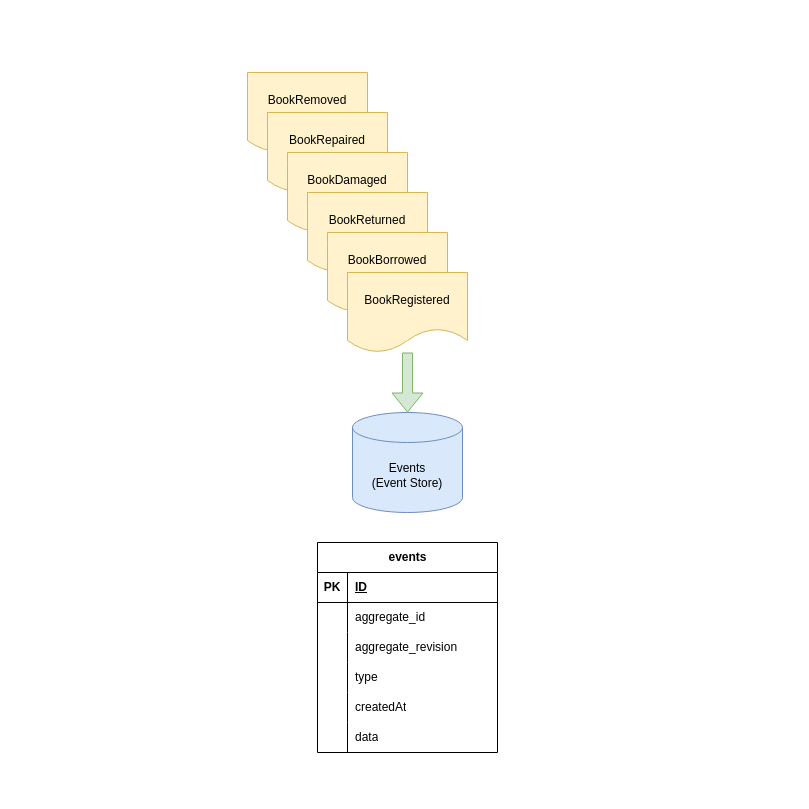
Above: page "Event-Sourcing" (1 of 4) of doc/drawio/es-cqrs-sample.drawio in byteleaf/es-cqrs-sample (draw.io), before the change. Source tidied: cells renumbered, new cells numbered last; positions are measured from the earlier drawing's top-left corner, leaving out a move shared by most shapes. Both pictures are drawn from the tidied source at 100%, with x=0, y=0 at pixel (17, 17).
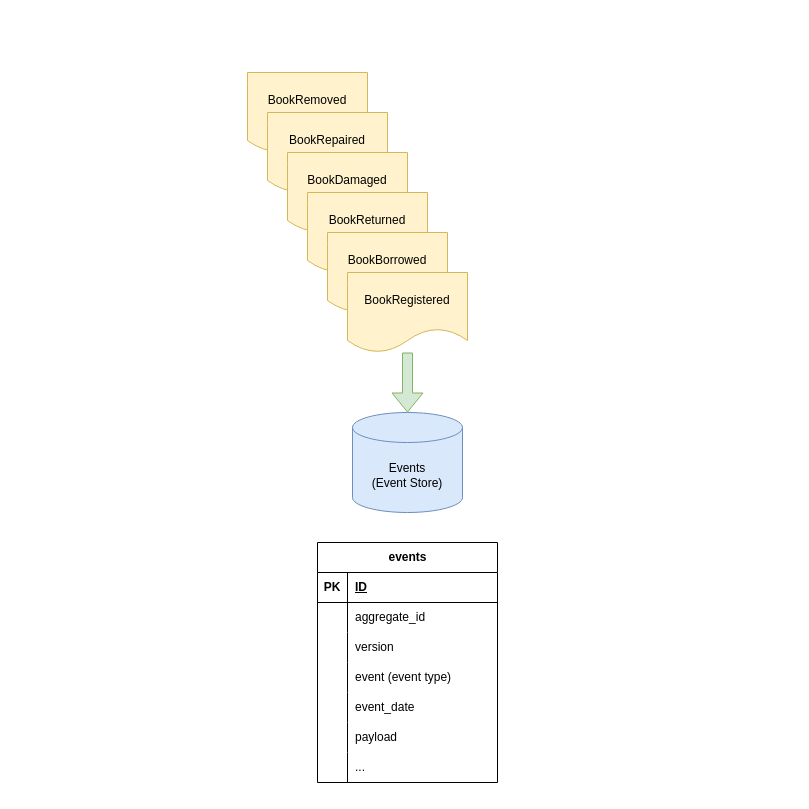
After the change.

The change refers to these unchanged cells:
```xml
<mxCell id="19" style="shape=tableRow;horizontal=0;startSize=0;swimlaneHead=0;swimlaneBody=0;fillColor=none;top=0;left=0;right=0;bottom=0;" parent="12" vertex="1">
  <mxGeometry y="90" width="180" height="30" as="geometry" />
</mxCell>
<mxCell id="22" style="shape=tableRow;horizontal=0;startSize=0;swimlaneHead=0;swimlaneBody=0;fillColor=none;top=0;left=0;right=0;bottom=0;" parent="12" vertex="1">
  <mxGeometry y="120" width="180" height="30" as="geometry" />
</mxCell>
<mxCell id="25" style="shape=tableRow;horizontal=0;startSize=0;swimlaneHead=0;swimlaneBody=0;fillColor=none;top=0;left=0;right=0;bottom=0;" parent="12" vertex="1">
  <mxGeometry y="150" width="180" height="30" as="geometry" />
</mxCell>
<mxCell id="28" style="shape=tableRow;horizontal=0;startSize=0;swimlaneHead=0;swimlaneBody=0;fillColor=none;top=0;left=0;right=0;bottom=0;" parent="12" vertex="1">
  <mxGeometry y="180" width="180" height="30" as="geometry" />
</mxCell>
```

What changed in the source:
```diff
@@
     <mxCell id="12" value="events" style="shape=table;startSize=30;childLayout=tableLayout;rowLines=0;fontStyle=1;align=center;html=1;columnLines=1;shadow=0;absoluteArcSize=0;arcSize=15;" parent="1" vertex="1">
-      <mxGeometry x="300" y="525" width="180" height="210" as="geometry" />
+      <mxGeometry x="300" y="525" width="180" height="240" as="geometry" />
     </mxCell>
@@
-    <mxCell id="21" value="aggregate_revision" style="shape=partialRectangle;fillColor=none;top=0;left=0;bottom=0;right=0;align=left;spacingLeft=6;overflow=hidden;whiteSpace=wrap;html=1;" parent="19" vertex="1">
+    <mxCell id="21" value="version" style="shape=partialRectangle;fillColor=none;top=0;left=0;bottom=0;right=0;align=left;spacingLeft=6;overflow=hidden;whiteSpace=wrap;html=1;" parent="19" vertex="1">
       <mxGeometry x="30" width="150" height="30" as="geometry" />
     </mxCell>
@@
-    <mxCell id="24" value="type" style="shape=partialRectangle;fillColor=none;top=0;left=0;bottom=0;right=0;align=left;spacingLeft=6;overflow=hidden;whiteSpace=wrap;html=1;" parent="22" vertex="1">
+    <mxCell id="24" value="event (event type)" style="shape=partialRectangle;fillColor=none;top=0;left=0;bottom=0;right=0;align=left;spacingLeft=6;overflow=hidden;whiteSpace=wrap;html=1;" parent="22" vertex="1">
       <mxGeometry x="30" width="150" height="30" as="geometry" />
     </mxCell>
@@
-    <mxCell id="27" value="createdAt" style="shape=partialRectangle;fillColor=none;top=0;left=0;bottom=0;right=0;align=left;spacingLeft=6;overflow=hidden;whiteSpace=wrap;html=1;" parent="25" vertex="1">
+    <mxCell id="27" value="event_date" style="shape=partialRectangle;fillColor=none;top=0;left=0;bottom=0;right=0;align=left;spacingLeft=6;overflow=hidden;whiteSpace=wrap;html=1;" parent="25" vertex="1">
       <mxGeometry x="30" width="150" height="30" as="geometry" />
     </mxCell>
@@
-    <mxCell id="30" value="data" style="shape=partialRectangle;fillColor=none;top=0;left=0;bottom=0;right=0;align=left;spacingLeft=6;overflow=hidden;whiteSpace=wrap;html=1;" parent="28" vertex="1">
+    <mxCell id="30" value="payload" style="shape=partialRectangle;fillColor=none;top=0;left=0;bottom=0;right=0;align=left;spacingLeft=6;overflow=hidden;whiteSpace=wrap;html=1;" parent="28" vertex="1">
       <mxGeometry x="30" width="150" height="30" as="geometry" />
     </mxCell>
+    <mxCell id="31" style="shape=tableRow;horizontal=0;startSize=0;swimlaneHead=0;swimlaneBody=0;fillColor=none;top=0;left=0;right=0;bottom=0;" parent="12" vertex="1">
+      <mxGeometry y="210" width="180" height="30" as="geometry" />
+    </mxCell>
+    <mxCell id="32" style="shape=partialRectangle;fillColor=none;top=0;left=0;bottom=0;right=0;overflow=hidden;whiteSpace=wrap;html=1;" parent="31" vertex="1">
+      <mxGeometry width="30" height="30" as="geometry" />
+    </mxCell>
+    <mxCell id="33" value="..." style="shape=partialRectangle;fillColor=none;top=0;left=0;bottom=0;right=0;align=left;spacingLeft=6;overflow=hidden;whiteSpace=wrap;html=1;" parent="31" vertex="1">
+      <mxGeometry x="30" width="150" height="30" as="geometry" />
+    </mxCell>
```
